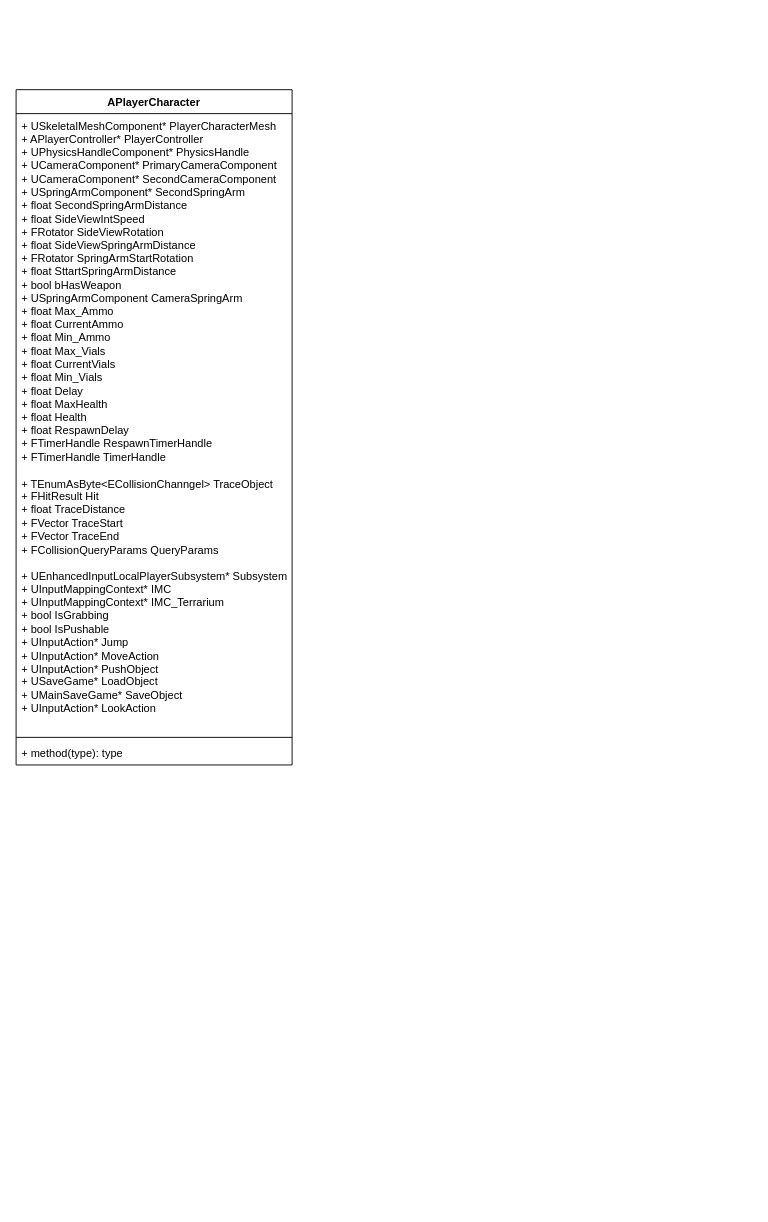
Above: Untitled Diagram.drawio in Viiktorh/Miniaturized (draw.io), before the change. Source tidied: cells renumbered, new cells numbered last; positions are measured from the earlier drawing's top-left corner, leaving out a move shared by most shapes. Both pictures are drawn from the tidied source at 92%, with x=0, y=0 at pixel (16, 89).
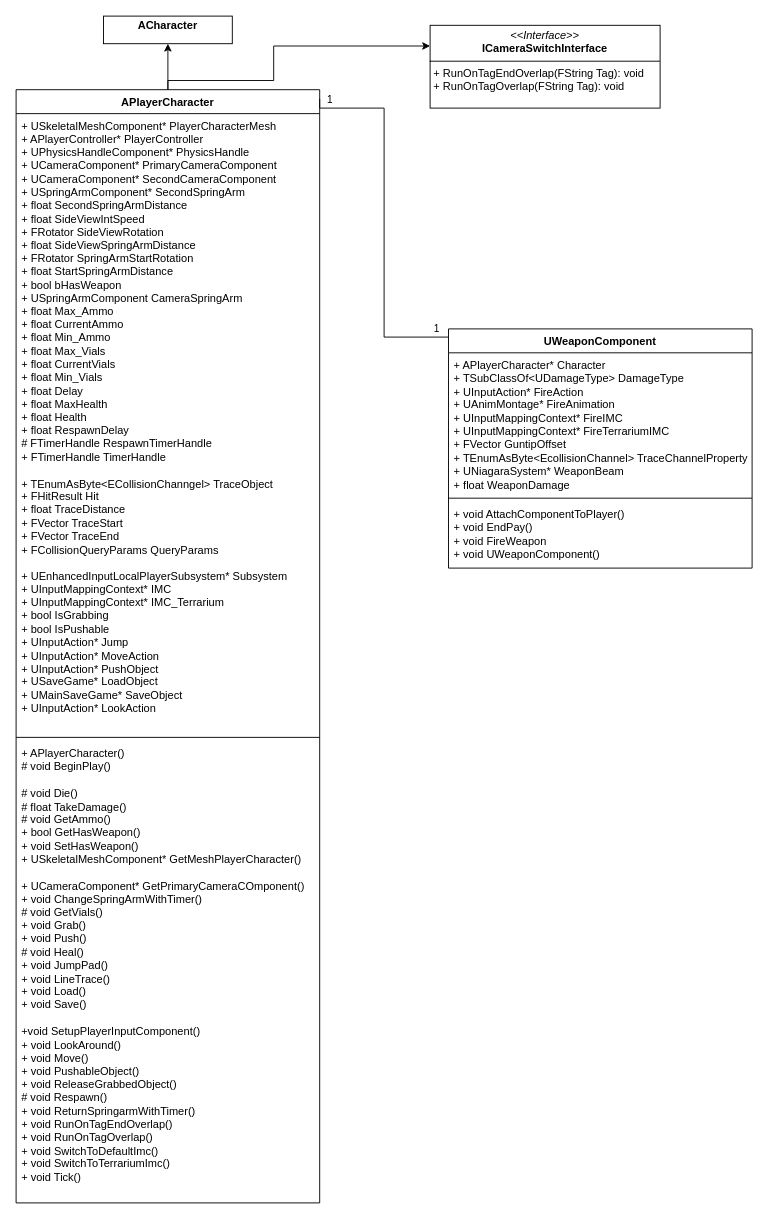
The same page after the edit.

Change to the diagram source:
```diff
@@
+    <mxCell id="6" style="edgeStyle=orthogonalEdgeStyle;rounded=0;jettySize=auto;html=1;entryX=0.5;entryY=1;entryDx=0;entryDy=0;" parent="1" edge="1" source="2" target="15">
+      <mxGeometry relative="1" as="geometry" />
+    </mxCell>
     <mxCell id="2" value="APlayerCharacter" style="swimlane;fontStyle=1;align=center;verticalAlign=top;horizontal=1;startSize=26;whiteSpace=wrap;html=1;" parent="1" vertex="1">
-      <mxGeometry width="300" height="734" as="geometry" />
+      <mxGeometry width="330" height="1210" as="geometry" />
     </mxCell>
-    <mxCell id="3" value="&lt;div&gt;&lt;span style=&quot;background-color: initial;&quot;&gt;+ USkeletalMeshComponent* PlayerCharacterMesh&lt;/span&gt;&lt;/div&gt;&lt;div&gt;&lt;span style=&quot;background-color: initial;&quot;&gt;+ APlayerController* PlayerController&lt;/span&gt;&lt;/div&gt;&lt;div&gt;+ UPhysicsHandleComponent* PhysicsHandle&lt;/div&gt;&lt;div&gt;+ UCameraComponent* PrimaryCameraComponent&lt;/div&gt;&lt;div&gt;+ UCameraComponent* SecondCameraComponent&lt;/div&gt;&lt;div&gt;+ USpringArmComponent* SecondSpringArm&lt;/div&gt;&lt;div&gt;+ float SecondSpringArmDistance&lt;/div&gt;&lt;div&gt;+ float SideViewIntSpeed&amp;nbsp;&lt;/div&gt;&lt;div&gt;+ FRotator SideViewRotation&lt;/div&gt;&lt;div&gt;+ float SideViewSpringArmDistance&lt;/div&gt;&lt;div&gt;+ FRotator SpringArmStartRotation&lt;/div&gt;&lt;div&gt;+ float SttartSpringArmDistance&lt;/div&gt;&lt;span style=&quot;background-color: initial;&quot;&gt;+ bool bHasWeapon&lt;/span&gt;&lt;div&gt;+ USpringArmComponent CameraSpringArm&lt;/div&gt;&lt;div&gt;+ float Max_Ammo&lt;/div&gt;&lt;div&gt;+ float CurrentAmmo&lt;/div&gt;&lt;div&gt;+ float Min_Ammo&lt;/div&gt;&lt;div&gt;&lt;div&gt;+ float Max_Vials&lt;/div&gt;&lt;div&gt;+ float CurrentVials&lt;/div&gt;&lt;/div&gt;&lt;div&gt;+ float Min_Vials&lt;/div&gt;&lt;div&gt;+ float Delay&lt;/div&gt;&lt;div&gt;+ float MaxHealth&lt;/div&gt;&lt;div&gt;+ float Health&lt;/div&gt;&lt;div&gt;+ float RespawnDelay&lt;/div&gt;&lt;div&gt;+ FTimerHandle RespawnTimerHandle&lt;/div&gt;&lt;div&gt;+ FTimerHandle TimerHandle&lt;/div&gt;&lt;div&gt;&lt;br&gt;&lt;/div&gt;&lt;div&gt;+ TEnumAsByte&amp;lt;ECollisionChanngel&amp;gt; TraceObject&lt;/div&gt;&lt;div&gt;+ FHitResult Hit&lt;/div&gt;&lt;div&gt;+ float TraceDistance&lt;/div&gt;&lt;div&gt;+ FVector TraceStart&lt;/div&gt;&lt;div&gt;+ FVector TraceEnd&lt;/div&gt;&lt;div&gt;+ FCollisionQueryParams QueryParams&lt;/div&gt;&lt;div&gt;&lt;br&gt;&lt;/div&gt;&lt;div&gt;+ UEnhancedInputLocalPlayerSubsystem* Subsystem&lt;/div&gt;&lt;div&gt;+ UInputMappingContext* IMC&lt;/div&gt;&lt;div&gt;+ UInputMappingContext* IMC_Terrarium&lt;/div&gt;&lt;div&gt;+ bool IsGrabbing&lt;/div&gt;&lt;div&gt;+ bool IsPushable&lt;/div&gt;&lt;div&gt;+ UInputAction* Jump&lt;/div&gt;&lt;div&gt;+ UInputAction* MoveAction&lt;/div&gt;&lt;div&gt;+ UInputAction* PushObject&lt;/div&gt;&lt;div&gt;+ USaveGame* LoadObject&lt;/div&gt;&lt;div&gt;+ UMainSaveGame* SaveObject&lt;/div&gt;&lt;div&gt;+ UInputAction* LookAction&lt;/div&gt;&lt;div&gt;&lt;br&gt;&lt;/div&gt;" style="text;strokeColor=none;fillColor=none;align=left;verticalAlign=top;spacingLeft=4;spacingRight=4;overflow=hidden;whiteSpace=wrap;html=1;" parent="2" vertex="1">
-      <mxGeometry y="26" width="300" height="674" as="geometry" />
+    <mxCell id="3" value="&lt;div&gt;&lt;span style=&quot;background-color: initial;&quot;&gt;+ USkeletalMeshComponent* PlayerCharacterMesh&lt;/span&gt;&lt;/div&gt;&lt;div&gt;&lt;span style=&quot;background-color: initial;&quot;&gt;+ APlayerController* PlayerController&lt;/span&gt;&lt;/div&gt;&lt;div&gt;+ UPhysicsHandleComponent* PhysicsHandle&lt;/div&gt;&lt;div&gt;+ UCameraComponent* PrimaryCameraComponent&lt;/div&gt;&lt;div&gt;+ UCameraComponent* SecondCameraComponent&lt;/div&gt;&lt;div&gt;+ USpringArmComponent* SecondSpringArm&lt;/div&gt;&lt;div&gt;+ float SecondSpringArmDistance&lt;/div&gt;&lt;div&gt;+ float SideViewIntSpeed&amp;nbsp;&lt;/div&gt;&lt;div&gt;+ FRotator SideViewRotation&lt;/div&gt;&lt;div&gt;+ float SideViewSpringArmDistance&lt;/div&gt;&lt;div&gt;+ FRotator SpringArmStartRotation&lt;/div&gt;&lt;div&gt;+ float StartSpringArmDistance&lt;/div&gt;&lt;span style=&quot;background-color: initial;&quot;&gt;+ bool bHasWeapon&lt;/span&gt;&lt;div&gt;+ USpringArmComponent CameraSpringArm&lt;/div&gt;&lt;div&gt;+ float Max_Ammo&lt;/div&gt;&lt;div&gt;+ float CurrentAmmo&lt;/div&gt;&lt;div&gt;+ float Min_Ammo&lt;/div&gt;&lt;div&gt;&lt;div&gt;+ float Max_Vials&lt;/div&gt;&lt;div&gt;+ float CurrentVials&lt;/div&gt;&lt;/div&gt;&lt;div&gt;+ float Min_Vials&lt;/div&gt;&lt;div&gt;+ float Delay&lt;/div&gt;&lt;div&gt;+ float MaxHealth&lt;/div&gt;&lt;div&gt;+ float Health&lt;/div&gt;&lt;div&gt;+ float RespawnDelay&lt;/div&gt;&lt;div&gt;# FTimerHandle RespawnTimerHandle&lt;/div&gt;&lt;div&gt;+ FTimerHandle TimerHandle&lt;/div&gt;&lt;div&gt;&lt;br&gt;&lt;/div&gt;&lt;div&gt;+ TEnumAsByte&amp;lt;ECollisionChanngel&amp;gt; TraceObject&lt;/div&gt;&lt;div&gt;+ FHitResult Hit&lt;/div&gt;&lt;div&gt;+ float TraceDistance&lt;/div&gt;&lt;div&gt;+ FVector TraceStart&lt;/div&gt;&lt;div&gt;+ FVector TraceEnd&lt;/div&gt;&lt;div&gt;+ FCollisionQueryParams QueryParams&lt;/div&gt;&lt;div&gt;&lt;br&gt;&lt;/div&gt;&lt;div&gt;+ UEnhancedInputLocalPlayerSubsystem* Subsystem&lt;/div&gt;&lt;div&gt;+ UInputMappingContext* IMC&lt;/div&gt;&lt;div&gt;+ UInputMappingContext* IMC_Terrarium&lt;/div&gt;&lt;div&gt;+ bool IsGrabbing&lt;/div&gt;&lt;div&gt;+ bool IsPushable&lt;/div&gt;&lt;div&gt;+ UInputAction* Jump&lt;/div&gt;&lt;div&gt;+ UInputAction* MoveAction&lt;/div&gt;&lt;div&gt;+ UInputAction* PushObject&lt;/div&gt;&lt;div&gt;+ USaveGame* LoadObject&lt;/div&gt;&lt;div&gt;+ UMainSaveGame* SaveObject&lt;/div&gt;&lt;div&gt;+ UInputAction* LookAction&lt;/div&gt;&lt;div&gt;&lt;br&gt;&lt;/div&gt;" style="text;strokeColor=none;fillColor=none;align=left;verticalAlign=top;spacingLeft=4;spacingRight=4;overflow=hidden;whiteSpace=wrap;html=1;" parent="2" vertex="1">
+      <mxGeometry y="26" width="330" height="674" as="geometry" />
     </mxCell>
     <mxCell id="4" style="line;strokeWidth=1;fillColor=none;align=left;verticalAlign=middle;spacingTop=-1;spacingLeft=3;spacingRight=3;labelPosition=right;strokeColor=inherit;" parent="2" vertex="1">
-      <mxGeometry y="700" width="300" height="8" as="geometry" />
+      <mxGeometry y="700" width="330" height="8" as="geometry" />
     </mxCell>
-    <mxCell id="5" value="+ method(type): type" style="text;strokeColor=none;fillColor=none;align=left;verticalAlign=top;spacingLeft=4;spacingRight=4;overflow=hidden;whiteSpace=wrap;html=1;" parent="2" vertex="1">
-      <mxGeometry y="708" width="300" height="26" as="geometry" />
+    <mxCell id="5" value="&lt;div&gt;+ APlayerCharacter()&lt;/div&gt;&lt;div&gt;# void BeginPlay()&lt;/div&gt;&lt;div&gt;&lt;br&gt;&lt;/div&gt;&lt;div&gt;# void Die()&lt;/div&gt;&lt;div&gt;# float TakeDamage()&lt;/div&gt;&lt;div&gt;# void GetAmmo()&lt;/div&gt;&lt;div&gt;+ bool GetHasWeapon()&lt;/div&gt;&lt;div&gt;+ void SetHasWeapon()&lt;/div&gt;&lt;div&gt;+ USkeletalMeshComponent* GetMeshPlayerCharacter()&lt;/div&gt;&lt;div&gt;&lt;br&gt;&lt;/div&gt;&lt;div&gt;+ UCameraComponent* GetPrimaryCameraCOmponent()&lt;/div&gt;&lt;div&gt;+ void ChangeSpringArmWithTimer()&lt;br&gt;&lt;/div&gt;&lt;div&gt;# void GetVials()&lt;/div&gt;&lt;div&gt;+ void Grab()&lt;/div&gt;&lt;div&gt;+ void Push()&lt;/div&gt;&lt;div&gt;# void Heal()&lt;/div&gt;&lt;div&gt;+ void JumpPad()&lt;/div&gt;&lt;div&gt;+ void LineTrace()&lt;/div&gt;&lt;div&gt;+ void Load()&lt;/div&gt;&lt;div&gt;+ void Save()&lt;/div&gt;&lt;div&gt;&lt;br&gt;&lt;/div&gt;&lt;div&gt;+void SetupPlayerInputComponent()&lt;/div&gt;&lt;div&gt;+ void LookAround()&lt;/div&gt;&lt;div&gt;+ void Move()&lt;/div&gt;&lt;div&gt;+ void PushableObject()&lt;/div&gt;&lt;div&gt;+ void ReleaseGrabbedObject()&lt;/div&gt;&lt;div&gt;# void Respawn()&lt;/div&gt;&lt;div&gt;+ void ReturnSpringarmWithTimer()&lt;/div&gt;&lt;div&gt;+ void RunOnTagEndOverlap()&lt;/div&gt;&lt;div&gt;+ void RunOnTagOverlap()&lt;/div&gt;&lt;div&gt;+ void SwitchToDefaultImc()&lt;/div&gt;&lt;div&gt;+ void SwitchToTerrariumImc()&lt;/div&gt;&lt;div&gt;+ void Tick()&lt;/div&gt;" style="text;strokeColor=none;fillColor=none;align=left;verticalAlign=top;spacingLeft=4;spacingRight=4;overflow=hidden;whiteSpace=wrap;html=1;" parent="2" vertex="1">
+      <mxGeometry y="708" width="330" height="502" as="geometry" />
     </mxCell>
+    <mxCell id="7" value="UWeaponComponent" style="swimlane;fontStyle=1;align=center;verticalAlign=top;horizontal=1;startSize=26;whiteSpace=wrap;html=1;" parent="1" vertex="1">
+      <mxGeometry x="470" y="260" width="330" height="260" as="geometry" />
+    </mxCell>
+    <mxCell id="8" value="+ APlayerCharacter* Character&lt;div&gt;+ TSubClassOf&amp;lt;UDamageType&amp;gt; DamageType&lt;/div&gt;&lt;div&gt;+ UInputAction* FireAction&lt;br&gt;&lt;div&gt;+ UAnimMontage* FireAnimation&lt;/div&gt;&lt;/div&gt;&lt;div&gt;+ UInputMappingContext* FireIMC&lt;/div&gt;&lt;div&gt;+ UInputMappingContext* FireTerrariumIMC&lt;/div&gt;&lt;div&gt;+ FVector GuntipOffset&lt;/div&gt;&lt;div&gt;+ TEnumAsByte&amp;lt;EcollisionChannel&amp;gt; TraceChannelProperty&lt;/div&gt;&lt;div&gt;+ UNiagaraSystem* WeaponBeam&lt;/div&gt;&lt;div&gt;+ float WeaponDamage&lt;/div&gt;" style="text;strokeColor=none;fillColor=none;align=left;verticalAlign=top;spacingLeft=4;spacingRight=4;overflow=hidden;whiteSpace=wrap;html=1;" parent="7" vertex="1">
+      <mxGeometry y="26" width="330" height="154" as="geometry" />
+    </mxCell>
+    <mxCell id="9" style="line;strokeWidth=1;fillColor=none;align=left;verticalAlign=middle;spacingTop=-1;spacingLeft=3;spacingRight=3;labelPosition=right;strokeColor=inherit;" parent="7" vertex="1">
+      <mxGeometry y="180" width="330" height="8" as="geometry" />
+    </mxCell>
+    <mxCell id="10" value="+ void AttachComponentToPlayer()&lt;div&gt;+ void EndPay()&lt;/div&gt;&lt;div&gt;+ void FireWeapon&lt;/div&gt;&lt;div&gt;+ void UWeaponComponent()&lt;/div&gt;" style="text;strokeColor=none;fillColor=none;align=left;verticalAlign=top;spacingLeft=4;spacingRight=4;overflow=hidden;whiteSpace=wrap;html=1;" parent="7" vertex="1">
+      <mxGeometry y="188" width="330" height="72" as="geometry" />
+    </mxCell>
+    <mxCell id="11" style="edgeStyle=orthogonalEdgeStyle;rounded=0;orthogonalLoop=1;jettySize=auto;html=1;endArrow=none;endFill=0;" parent="1" edge="1">
+      <mxGeometry relative="1" as="geometry">
+        <mxPoint x="470" y="268.9" as="sourcePoint" />
+        <mxPoint x="330" y="10" as="targetPoint" />
+        <Array as="points">
+          <mxPoint x="400" y="269" />
+          <mxPoint x="400" y="20" />
+          <mxPoint x="330" y="20" />
+        </Array>
+      </mxGeometry>
+    </mxCell>
+    <mxCell id="12" value="1" style="edgeLabel;html=1;align=center;verticalAlign=middle;" parent="11" vertex="1">
+      <mxGeometry x="-0.93" y="3" relative="1" as="geometry">
+        <mxPoint y="-12" as="offset" />
+      </mxGeometry>
+    </mxCell>
+    <mxCell id="13" value="1" style="edgeLabel;html=1;align=center;verticalAlign=middle;" parent="11" vertex="1">
+      <mxGeometry x="0.91" y="2" relative="1" as="geometry">
+        <mxPoint x="3" y="-12" as="offset" />
+      </mxGeometry>
+    </mxCell>
+    <mxCell id="14" value="&lt;p style=&quot;margin:0px;margin-top:4px;text-align:center;&quot;&gt;&lt;i&gt;&amp;lt;&amp;lt;Interface&amp;gt;&amp;gt;&lt;/i&gt;&lt;br&gt;&lt;b&gt;ICameraSwitchInterface&lt;/b&gt;&lt;/p&gt;&lt;hr size=&quot;1&quot; style=&quot;border-style:solid;&quot;&gt;&lt;p style=&quot;margin:0px;margin-left:4px;&quot;&gt;+ RunOnTagEndOverlap(FString Tag): void&lt;br&gt;+ RunOnTagOverlap(FString Tag): void&lt;/p&gt;" style="verticalAlign=top;align=left;overflow=fill;html=1;whiteSpace=wrap;" parent="1" vertex="1">
+      <mxGeometry x="450" y="-70" width="250" height="90" as="geometry" />
+    </mxCell>
+    <mxCell id="15" value="&lt;p style=&quot;margin:0px;margin-top:4px;text-align:center;&quot;&gt;&lt;b&gt;ACharacter&lt;/b&gt;&lt;/p&gt;&lt;div style=&quot;height:2px;&quot;&gt;&lt;/div&gt;" style="verticalAlign=top;align=left;overflow=fill;html=1;whiteSpace=wrap;" parent="1" vertex="1">
+      <mxGeometry x="95" y="-80" width="140" height="30" as="geometry" />
+    </mxCell>
+    <mxCell id="16" style="edgeStyle=orthogonalEdgeStyle;rounded=0;jettySize=auto;html=1;entryX=0;entryY=0.25;entryDx=0;entryDy=0;exitX=0.5;exitY=0;exitDx=0;exitDy=0;" parent="1" edge="1" source="2" target="14">
+      <mxGeometry relative="1" as="geometry">
+        <Array as="points">
+          <mxPoint x="165" y="-10" />
+          <mxPoint x="280" y="-10" />
+          <mxPoint x="280" y="-47" />
+        </Array>
+      </mxGeometry>
+    </mxCell>
```
